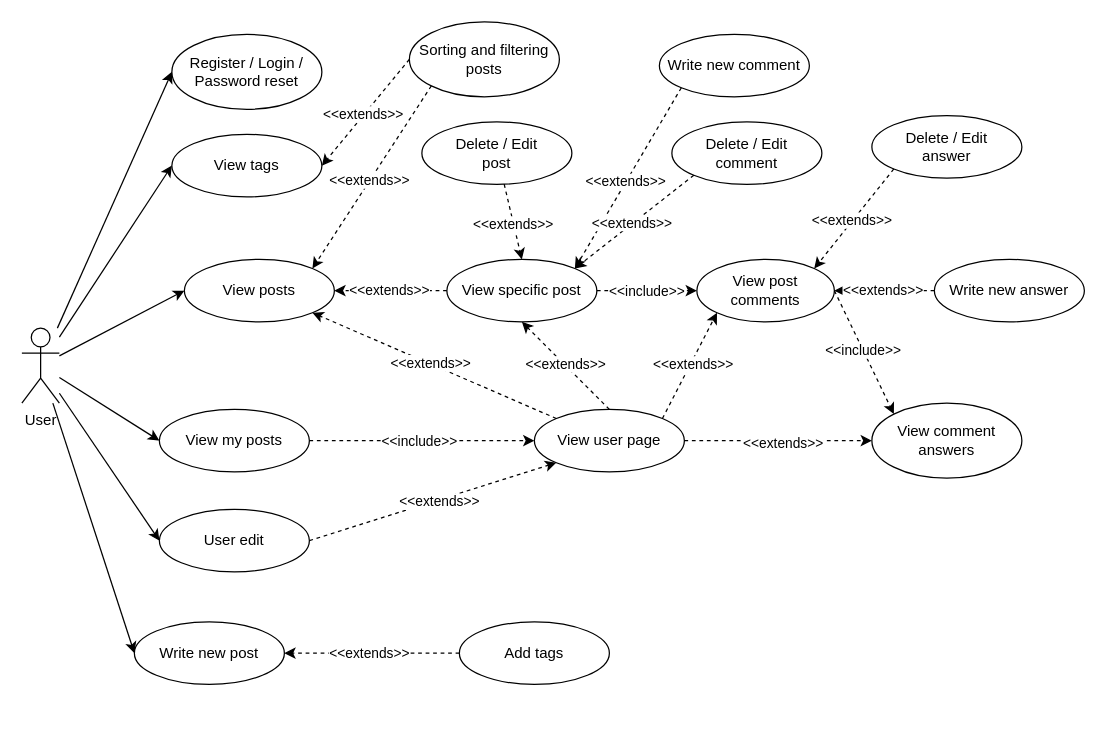
This is diagrams/usecase.drawio from Nastroyki/diagrams, a draw.io file, before an edit. Source tidied: cells renumbered, new cells numbered last; positions are measured from the earlier drawing's top-left corner, leaving out a move shared by most shapes. Both pictures are drawn from the tidied source at 125%, with x=0, y=0 at pixel (21, 21).
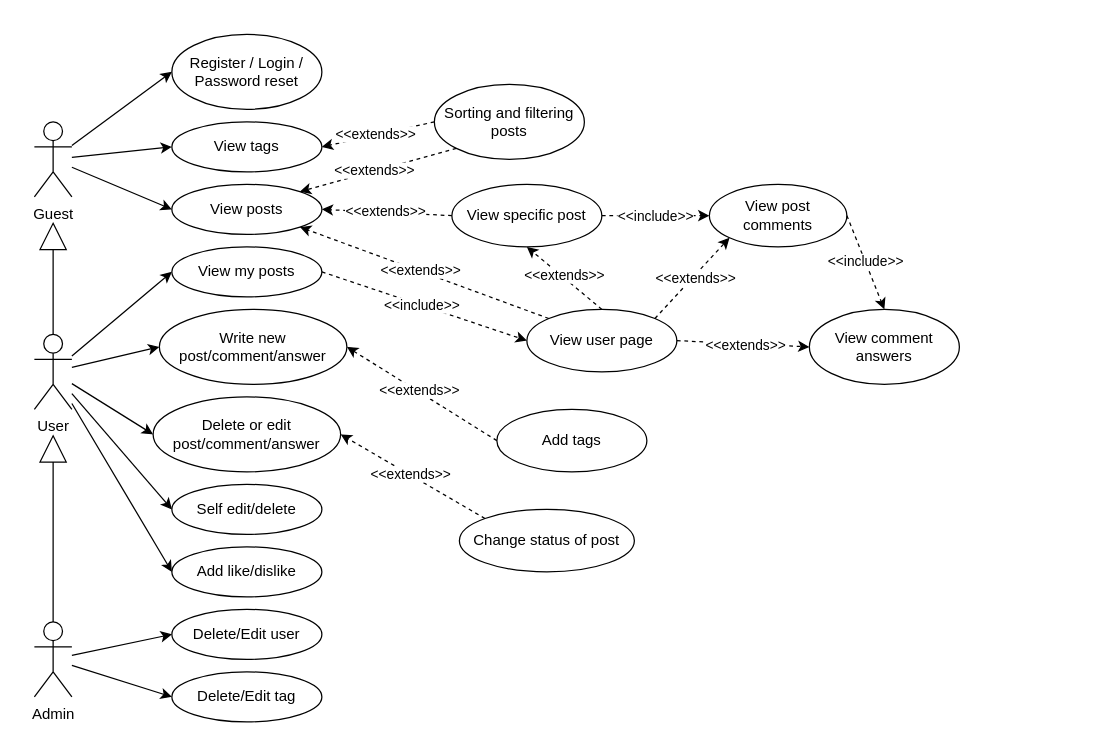
After the change.

The edit, as a diff of the source:
```diff
@@
     <mxCell id="3" value="View posts" style="ellipse;whiteSpace=wrap;html=1;" parent="1" vertex="1">
-      <mxGeometry x="130" y="190" width="120" height="50" as="geometry" />
+      <mxGeometry x="120" y="130" width="120" height="40" as="geometry" />
     </mxCell>
     <mxCell id="4" value="View tags" style="ellipse;whiteSpace=wrap;html=1;" parent="1" vertex="1">
-      <mxGeometry x="120" y="90" width="120" height="50" as="geometry" />
+      <mxGeometry x="120" y="80" width="120" height="40" as="geometry" />
     </mxCell>
     <mxCell id="5" value="View my posts" style="ellipse;whiteSpace=wrap;html=1;" parent="1" vertex="1">
-      <mxGeometry x="110" y="310" width="120" height="50" as="geometry" />
+      <mxGeometry x="120" y="180" width="120" height="40" as="geometry" />
     </mxCell>
     <mxCell id="6" value="View specific post" style="ellipse;whiteSpace=wrap;html=1;" parent="1" vertex="1">
-      <mxGeometry x="340" y="190" width="120" height="50" as="geometry" />
+      <mxGeometry x="344" y="130" width="120" height="50" as="geometry" />
     </mxCell>
     <mxCell id="7" value="View post&lt;br&gt;comments" style="ellipse;whiteSpace=wrap;html=1;" parent="1" vertex="1">
-      <mxGeometry x="540" y="190" width="110" height="50" as="geometry" />
+      <mxGeometry x="550" y="130" width="110" height="50" as="geometry" />
     </mxCell>
     <mxCell id="8" value="View comment&lt;br&gt;answers" style="ellipse;whiteSpace=wrap;html=1;" parent="1" vertex="1">
-      <mxGeometry x="680" y="305" width="120" height="60" as="geometry" />
+      <mxGeometry x="630" y="230" width="120" height="60" as="geometry" />
     </mxCell>
     <mxCell id="9" value="View user page" style="ellipse;whiteSpace=wrap;html=1;" parent="1" vertex="1">
-      <mxGeometry x="410" y="310" width="120" height="50" as="geometry" />
+      <mxGeometry x="404" y="230" width="120" height="50" as="geometry" />
     </mxCell>
     <mxCell id="10" value="Sorting and filtering posts" style="ellipse;whiteSpace=wrap;html=1;" parent="1" vertex="1">
-      <mxGeometry x="310" width="120" height="60" as="geometry" />
+      <mxGeometry x="330" y="50" width="120" height="60" as="geometry" />
     </mxCell>
@@
-    <mxCell id="15" style="endArrow=classic;html=1;rounded=0;entryX=0;entryY=0;entryDx=0;entryDy=0;exitX=1;exitY=0.5;exitDx=0;exitDy=0;dashed=1;" parent="1" edge="1" source="7" target="8">
+    <mxCell id="15" style="endArrow=classic;html=1;rounded=0;entryX=0.5;entryY=0;entryDx=0;entryDy=0;exitX=1;exitY=0.5;exitDx=0;exitDy=0;dashed=1;" parent="1" edge="1" source="7" target="8">
       <mxGeometry relative="1" as="geometry" />
     </mxCell>
@@
-    <mxCell id="34" value="User" style="shape=umlActor;verticalLabelPosition=bottom;verticalAlign=top;html=1;outlineConnect=0;" parent="1" vertex="1">
-      <mxGeometry y="245" width="30" height="60" as="geometry" />
+    <mxCell id="34" value="Guest" style="shape=umlActor;verticalLabelPosition=bottom;verticalAlign=top;html=1;outlineConnect=0;" parent="1" vertex="1">
+      <mxGeometry x="10" y="80" width="30" height="60" as="geometry" />
     </mxCell>
-    <mxCell id="35" style="endArrow=classic;html=1;rounded=0;entryX=0;entryY=0.5;entryDx=0;entryDy=0;" parent="1" edge="1" source="34" target="5">
+    <mxCell id="35" style="endArrow=classic;html=1;rounded=0;entryX=0;entryY=0.5;entryDx=0;entryDy=0;" parent="1" edge="1" source="60" target="5">
       <mxGeometry relative="1" as="geometry" />
     </mxCell>
-    <mxCell id="36" value="Write new post" style="ellipse;whiteSpace=wrap;html=1;" parent="1" vertex="1">
-      <mxGeometry x="90" y="480" width="120" height="50" as="geometry" />
-    </mxCell>
-    <mxCell id="37" value="Delete / Edit&lt;br&gt;post" style="ellipse;whiteSpace=wrap;html=1;" parent="1" vertex="1">
-      <mxGeometry x="320" y="80" width="120" height="50" as="geometry" />
-    </mxCell>
-    <mxCell id="38" style="endArrow=classic;html=1;rounded=0;entryX=0;entryY=0.5;entryDx=0;entryDy=0;" parent="1" edge="1" source="34" target="36">
-      <mxGeometry relative="1" as="geometry" />
-    </mxCell>
-    <mxCell id="39" style="endArrow=classic;html=1;rounded=0;dashed=1;entryX=0.5;entryY=0;entryDx=0;entryDy=0;" parent="1" edge="1" source="37" target="6">
-      <mxGeometry relative="1" as="geometry" />
-    </mxCell>
-    <mxCell id="40" value="&amp;lt;&amp;lt;extends&amp;gt;&amp;gt;" style="edgeLabel;html=1;align=center;verticalAlign=middle;" parent="39" vertex="1">
-      <mxGeometry x="0.04" y="-1" relative="1" as="geometry" />
-    </mxCell>
-    <mxCell id="41" value="Write new comment" style="ellipse;whiteSpace=wrap;html=1;" parent="1" vertex="1">
-      <mxGeometry x="510" y="10" width="120" height="50" as="geometry" />
-    </mxCell>
-    <mxCell id="42" value="Write new answer" style="ellipse;whiteSpace=wrap;html=1;" parent="1" vertex="1">
-      <mxGeometry x="730" y="190" width="120" height="50" as="geometry" />
-    </mxCell>
-    <mxCell id="43" style="endArrow=classic;html=1;rounded=0;dashed=1;entryX=1;entryY=0;entryDx=0;entryDy=0;exitX=0;exitY=1;exitDx=0;exitDy=0;" parent="1" edge="1" source="41" target="6">
-      <mxGeometry relative="1" as="geometry" />
-    </mxCell>
-    <mxCell id="44" value="&amp;lt;&amp;lt;extends&amp;gt;&amp;gt;" style="edgeLabel;html=1;align=center;verticalAlign=middle;" parent="43" vertex="1">
-      <mxGeometry x="0.04" y="-1" relative="1" as="geometry" />
-    </mxCell>
-    <mxCell id="45" style="endArrow=classic;html=1;rounded=0;exitX=0;exitY=0.5;exitDx=0;exitDy=0;dashed=1;entryX=1;entryY=0.5;entryDx=0;entryDy=0;" parent="1" edge="1" source="42" target="7">
-      <mxGeometry relative="1" as="geometry" />
-    </mxCell>
-    <mxCell id="46" value="&amp;lt;&amp;lt;extends&amp;gt;&amp;gt;" style="edgeLabel;html=1;align=center;verticalAlign=middle;" parent="45" vertex="1">
-      <mxGeometry x="0.04" y="-1" relative="1" as="geometry" />
-    </mxCell>
     <mxCell id="47" value="Add tags" style="ellipse;whiteSpace=wrap;html=1;" parent="1" vertex="1">
-      <mxGeometry x="350" y="480" width="120" height="50" as="geometry" />
+      <mxGeometry x="380" y="310" width="120" height="50" as="geometry" />
     </mxCell>
-    <mxCell id="48" style="endArrow=classic;html=1;rounded=0;exitX=0;exitY=0.5;exitDx=0;exitDy=0;dashed=1;entryX=1;entryY=0.5;entryDx=0;entryDy=0;" parent="1" edge="1" source="47" target="36">
+    <mxCell id="48" style="endArrow=classic;html=1;rounded=0;exitX=0;exitY=0.5;exitDx=0;exitDy=0;dashed=1;entryX=1;entryY=0.5;entryDx=0;entryDy=0;" parent="1" edge="1" source="47" target="63">
       <mxGeometry relative="1" as="geometry" />
     </mxCell>
@@
-    <mxCell id="50" value="Delete / Edit&lt;br&gt;comment" style="ellipse;whiteSpace=wrap;html=1;" parent="1" vertex="1">
-      <mxGeometry x="520" y="80" width="120" height="50" as="geometry" />
-    </mxCell>
-    <mxCell id="51" style="endArrow=classic;html=1;rounded=0;exitX=0;exitY=1;exitDx=0;exitDy=0;dashed=1;entryX=1;entryY=0;entryDx=0;entryDy=0;" parent="1" edge="1" source="50" target="6">
-      <mxGeometry relative="1" as="geometry" />
-    </mxCell>
-    <mxCell id="52" value="&amp;lt;&amp;lt;extends&amp;gt;&amp;gt;" style="edgeLabel;html=1;align=center;verticalAlign=middle;" parent="51" vertex="1">
-      <mxGeometry x="0.04" y="-1" relative="1" as="geometry" />
-    </mxCell>
-    <mxCell id="53" value="Delete / Edit&lt;br&gt;answer" style="ellipse;whiteSpace=wrap;html=1;" parent="1" vertex="1">
-      <mxGeometry x="680" y="75" width="120" height="50" as="geometry" />
-    </mxCell>
-    <mxCell id="54" style="endArrow=classic;html=1;rounded=0;exitX=0;exitY=1;exitDx=0;exitDy=0;dashed=1;entryX=1;entryY=0;entryDx=0;entryDy=0;" parent="1" edge="1" source="53" target="7">
-      <mxGeometry relative="1" as="geometry" />
-    </mxCell>
-    <mxCell id="55" value="&amp;lt;&amp;lt;extends&amp;gt;&amp;gt;" style="edgeLabel;html=1;align=center;verticalAlign=middle;" parent="54" vertex="1">
-      <mxGeometry x="0.04" y="-1" relative="1" as="geometry" />
-    </mxCell>
-    <mxCell id="56" value="User edit" style="ellipse;whiteSpace=wrap;html=1;" parent="1" vertex="1">
-      <mxGeometry x="110" y="390" width="120" height="50" as="geometry" />
+    <mxCell id="56" value="Self edit/delete" style="ellipse;whiteSpace=wrap;html=1;" parent="1" vertex="1">
+      <mxGeometry x="120" y="370" width="120" height="40" as="geometry" />
     </mxCell>
-    <mxCell id="57" style="endArrow=classic;html=1;rounded=0;exitX=1;exitY=0.5;exitDx=0;exitDy=0;dashed=1;entryX=0;entryY=1;entryDx=0;entryDy=0;" parent="1" edge="1" source="56" target="9">
-      <mxGeometry relative="1" as="geometry" />
-    </mxCell>
-    <mxCell id="58" value="&amp;lt;&amp;lt;extends&amp;gt;&amp;gt;" style="edgeLabel;html=1;align=center;verticalAlign=middle;" parent="57" vertex="1">
-      <mxGeometry x="0.04" y="-1" relative="1" as="geometry" />
-    </mxCell>
-    <mxCell id="59" style="endArrow=classic;html=1;rounded=0;entryX=0;entryY=0.5;entryDx=0;entryDy=0;" parent="1" edge="1" source="34" target="56">
+    <mxCell id="59" style="endArrow=classic;html=1;rounded=0;entryX=0;entryY=0.5;entryDx=0;entryDy=0;" parent="1" edge="1" source="60" target="56">
       <mxGeometry relative="1" as="geometry" />
     </mxCell>
+    <mxCell id="60" value="User" style="shape=umlActor;verticalLabelPosition=bottom;verticalAlign=top;html=1;outlineConnect=0;" parent="1" vertex="1">
+      <mxGeometry x="10" y="250" width="30" height="60" as="geometry" />
+    </mxCell>
+    <mxCell id="61" value="Admin" style="shape=umlActor;verticalLabelPosition=bottom;verticalAlign=top;html=1;outlineConnect=0;" parent="1" vertex="1">
+      <mxGeometry x="10" y="480" width="30" height="60" as="geometry" />
+    </mxCell>
+    <mxCell id="62" value="Delete or edit post/comment/answer" style="ellipse;whiteSpace=wrap;html=1;" parent="1" vertex="1">
+      <mxGeometry x="105" y="300" width="150" height="60" as="geometry" />
+    </mxCell>
+    <mxCell id="63" value="Write new post/comment/answer" style="ellipse;whiteSpace=wrap;html=1;" parent="1" vertex="1">
+      <mxGeometry x="110" y="230" width="150" height="60" as="geometry" />
+    </mxCell>
+    <mxCell id="64" value="Delete/Edit user" style="ellipse;whiteSpace=wrap;html=1;" parent="1" vertex="1">
+      <mxGeometry x="120" y="470" width="120" height="40" as="geometry" />
+    </mxCell>
+    <mxCell id="65" style="endArrow=classic;html=1;rounded=0;entryX=0;entryY=0.5;entryDx=0;entryDy=0;" parent="1" edge="1" source="60" target="63">
+      <mxGeometry relative="1" as="geometry" />
+    </mxCell>
+    <mxCell id="66" style="endArrow=classic;html=1;rounded=0;entryX=0;entryY=0.5;entryDx=0;entryDy=0;" parent="1" edge="1" source="60" target="62">
+      <mxGeometry relative="1" as="geometry" />
+    </mxCell>
+    <mxCell id="67" style="endArrow=classic;html=1;rounded=0;entryX=0;entryY=0.5;entryDx=0;entryDy=0;" parent="1" edge="1" source="61" target="64">
+      <mxGeometry relative="1" as="geometry" />
+    </mxCell>
+    <mxCell id="68" value="Add like/dislike" style="ellipse;whiteSpace=wrap;html=1;" parent="1" vertex="1">
+      <mxGeometry x="120" y="420" width="120" height="40" as="geometry" />
+    </mxCell>
+    <mxCell id="69" style="endArrow=classic;html=1;rounded=0;entryX=0;entryY=0.5;entryDx=0;entryDy=0;" parent="1" edge="1" source="60" target="68">
+      <mxGeometry relative="1" as="geometry" />
+    </mxCell>
+    <mxCell id="70" style="endArrow=block;html=1;rounded=0;endFill=0;endSize=20;" parent="1" edge="1" source="60">
+      <mxGeometry relative="1" as="geometry">
+        <mxPoint x="25" y="160" as="targetPoint" />
+      </mxGeometry>
+    </mxCell>
+    <mxCell id="71" style="endArrow=block;html=1;rounded=0;strokeColor=default;endFill=0;startSize=6;strokeWidth=1;targetPerimeterSpacing=0;jumpSize=6;shadow=0;endSize=20;" parent="1" edge="1" source="61">
+      <mxGeometry relative="1" as="geometry">
+        <mxPoint x="25" y="330" as="targetPoint" />
+      </mxGeometry>
+    </mxCell>
+    <mxCell id="72" value="Change status of post" style="ellipse;whiteSpace=wrap;html=1;" parent="1" vertex="1">
+      <mxGeometry x="350" y="390" width="140" height="50" as="geometry" />
+    </mxCell>
+    <mxCell id="73" style="endArrow=classic;html=1;rounded=0;exitX=0;exitY=0;exitDx=0;exitDy=0;dashed=1;entryX=1;entryY=0.5;entryDx=0;entryDy=0;" parent="1" edge="1" source="72" target="62">
+      <mxGeometry relative="1" as="geometry" />
+    </mxCell>
+    <mxCell id="74" value="&amp;lt;&amp;lt;extends&amp;gt;&amp;gt;" style="edgeLabel;html=1;align=center;verticalAlign=middle;" parent="73" vertex="1">
+      <mxGeometry x="0.04" y="-1" relative="1" as="geometry" />
+    </mxCell>
+    <mxCell id="75" value="Delete/Edit tag" style="ellipse;whiteSpace=wrap;html=1;" parent="1" vertex="1">
+      <mxGeometry x="120" y="520" width="120" height="40" as="geometry" />
+    </mxCell>
+    <mxCell id="76" style="endArrow=classic;html=1;rounded=0;entryX=0;entryY=0.5;entryDx=0;entryDy=0;" parent="1" edge="1" source="61" target="75">
+      <mxGeometry relative="1" as="geometry" />
+    </mxCell>
```
